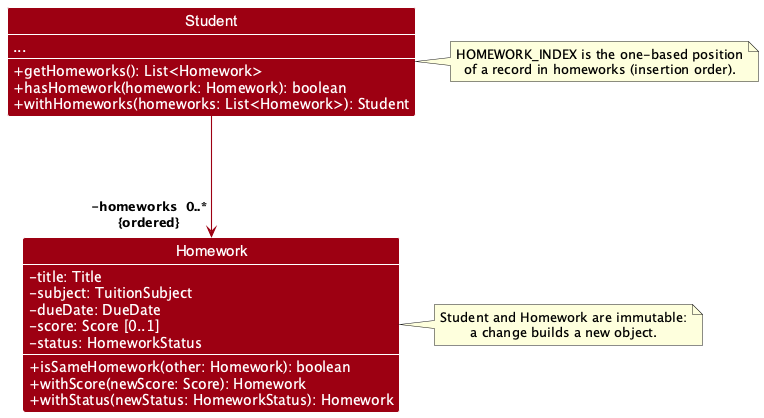
AY2627S1-CS2103-F12-1/tp keeps this PlantUML diagram as docs/images/HomeworkClassDiagram.png. Above is the earlier version.
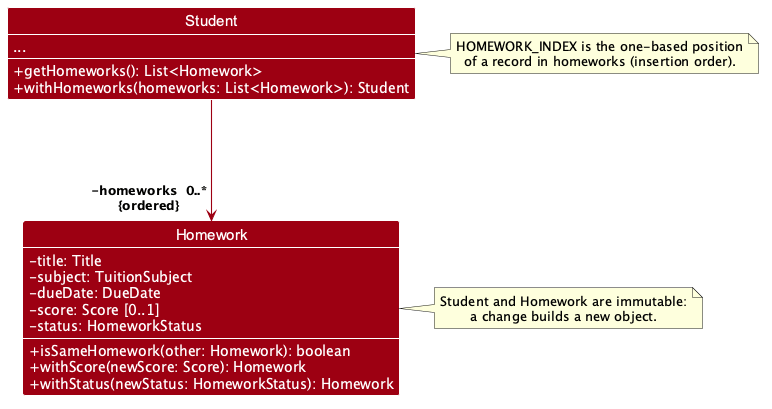
Later version of the same file.

Commit message:
Remove unused check for a student's homework

Diff of the diagram source:
```diff
@@ -11,7 +11,6 @@
 Class Student {
   ...
   + getHomeworks(): List<Homework>
-  + hasHomework(homework: Homework): boolean
   + withHomeworks(homeworks: List<Homework>): Student
 }
 
```
